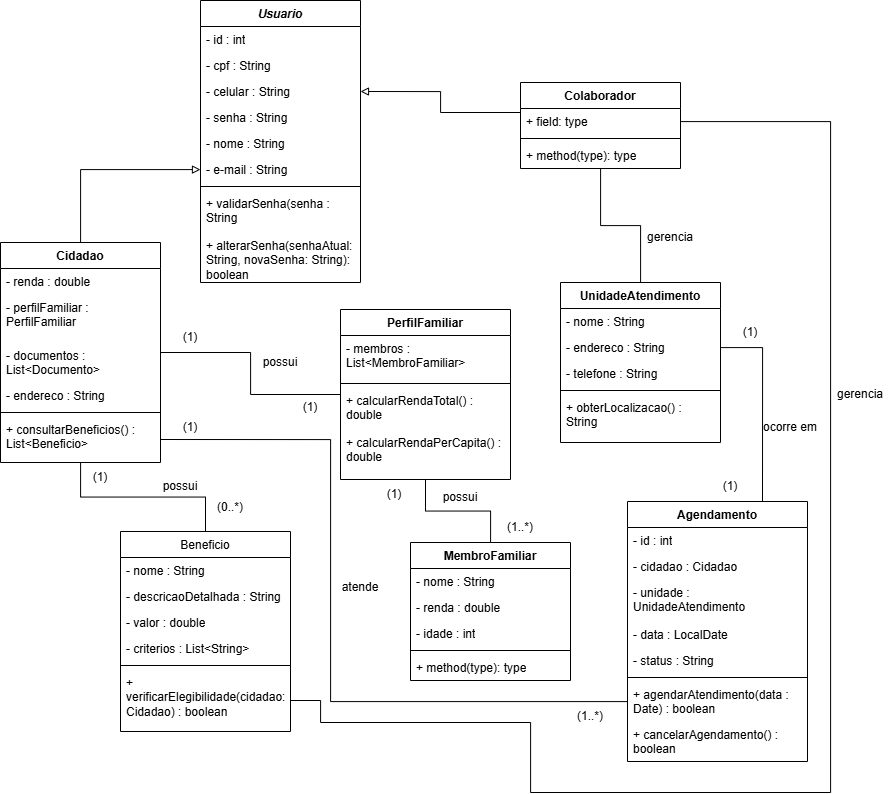
Before: docs/imagens/diagramas/diagrama_de_classes.png, a diagram exported from draw.io (ICEI-PUC-Minas-PMV-SI/pmv-si-2026-1-pe3-t2-guiacidadao). Source tidied: cells renumbered, new cells last; positions are measured from the earlier drawing's top-left corner, leaving out a move shared by most shapes.
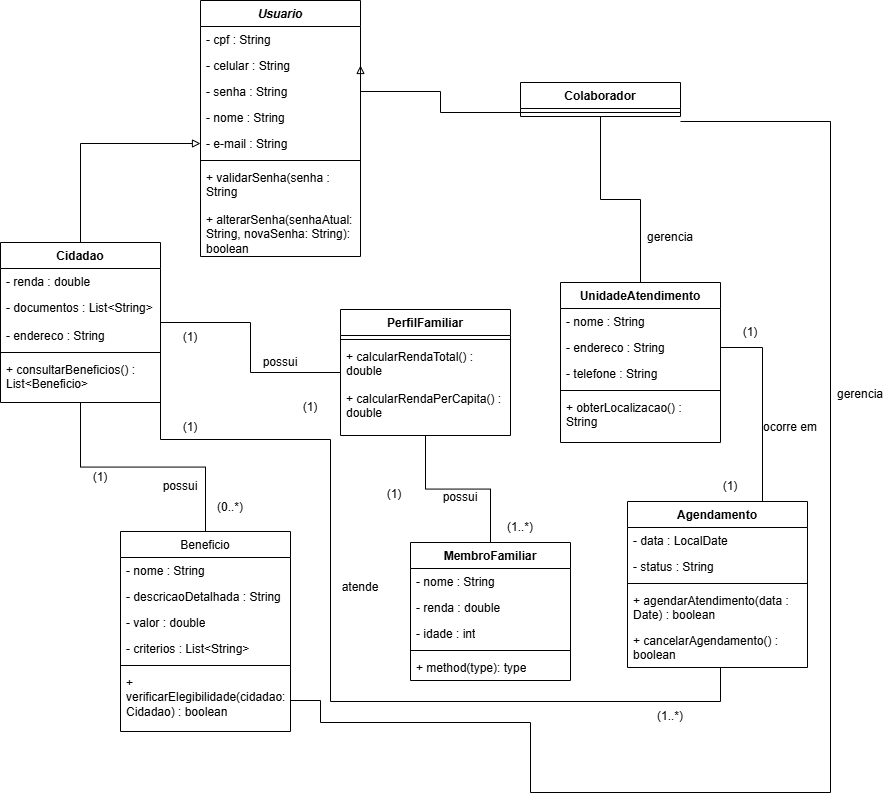
After the commit.

Commit message:
docs: atualizar diagrama de classes

Diff of the diagram source:
```diff
@@ -3,34 +3,31 @@
     <mxCell id="0" />
     <mxCell id="1" parent="0" />
     <mxCell id="2" value="&lt;i&gt;Usuario&lt;/i&gt;" style="swimlane;fontStyle=1;align=center;verticalAlign=top;horizontal=1;startSize=26;whiteSpace=wrap;html=1;" parent="1" vertex="1">
-      <mxGeometry x="200" width="160" height="282" as="geometry" />
+      <mxGeometry x="200" width="160" height="256" as="geometry" />
     </mxCell>
-    <mxCell id="3" value="- id : int" style="text;strokeColor=none;fillColor=none;align=left;verticalAlign=top;spacingLeft=4;spacingRight=4;overflow=hidden;whiteSpace=wrap;html=1;" parent="2" vertex="1">
-      <mxGeometry y="26" width="160" height="26" as="geometry" />
-    </mxCell>
     <mxCell id="4" value="- cpf : String" style="text;strokeColor=none;fillColor=none;align=left;verticalAlign=top;spacingLeft=4;spacingRight=4;overflow=hidden;whiteSpace=wrap;html=1;" parent="2" vertex="1">
-      <mxGeometry y="52" width="160" height="26" as="geometry" />
+      <mxGeometry y="26" width="160" height="26" as="geometry" />
     </mxCell>
     <mxCell id="5" value="- celular : String" style="text;strokeColor=none;fillColor=none;align=left;verticalAlign=top;spacingLeft=4;spacingRight=4;overflow=hidden;points=[[0,0.5],[1,0.5]];portConstraint=eastwest;whiteSpace=wrap;html=1;" parent="2" vertex="1">
-      <mxGeometry y="78" width="160" height="26" as="geometry" />
+      <mxGeometry y="52" width="160" height="26" as="geometry" />
     </mxCell>
     <mxCell id="6" value="- senha : String" style="text;strokeColor=none;fillColor=none;align=left;verticalAlign=top;spacingLeft=4;spacingRight=4;overflow=hidden;whiteSpace=wrap;html=1;" parent="2" vertex="1">
-      <mxGeometry y="104" width="160" height="26" as="geometry" />
+      <mxGeometry y="78" width="160" height="26" as="geometry" />
     </mxCell>
     <mxCell id="7" value="- nome : String" style="text;strokeColor=none;fillColor=none;align=left;verticalAlign=top;spacingLeft=4;spacingRight=4;overflow=hidden;whiteSpace=wrap;html=1;" parent="2" vertex="1">
-      <mxGeometry y="130" width="160" height="26" as="geometry" />
+      <mxGeometry y="104" width="160" height="26" as="geometry" />
     </mxCell>
     <mxCell id="8" value="- e-mail : String" style="text;strokeColor=none;fillColor=none;align=left;verticalAlign=top;spacingLeft=4;spacingRight=4;overflow=hidden;points=[[0,0.5],[1,0.5]];portConstraint=eastwest;whiteSpace=wrap;html=1;" parent="2" vertex="1">
-      <mxGeometry y="156" width="160" height="26" as="geometry" />
+      <mxGeometry y="130" width="160" height="26" as="geometry" />
     </mxCell>
     <mxCell id="9" style="line;strokeWidth=1;fillColor=none;align=left;verticalAlign=middle;spacingTop=-1;spacingLeft=3;spacingRight=3;labelPosition=right;strokeColor=inherit;" parent="2" vertex="1">
-      <mxGeometry y="182" width="160" height="8" as="geometry" />
+      <mxGeometry y="156" width="160" height="8" as="geometry" />
     </mxCell>
     <mxCell id="10" value="+ validarSenha(senha : String" style="text;strokeColor=none;fillColor=none;align=left;verticalAlign=top;spacingLeft=4;spacingRight=4;overflow=hidden;whiteSpace=wrap;html=1;" parent="2" vertex="1">
-      <mxGeometry y="190" width="160" height="42" as="geometry" />
+      <mxGeometry y="164" width="160" height="42" as="geometry" />
     </mxCell>
     <mxCell id="11" value="+ alterarSenha(senhaAtual: String, novaSenha: String): boolean" style="text;strokeColor=none;fillColor=none;align=left;verticalAlign=top;spacingLeft=4;spacingRight=4;overflow=hidden;whiteSpace=wrap;html=1;" parent="2" vertex="1">
-      <mxGeometry y="232" width="160" height="50" as="geometry" />
+      <mxGeometry y="206" width="160" height="50" as="geometry" />
     </mxCell>
     <mxCell id="12" style="edgeStyle=orthogonalEdgeStyle;rounded=0;jettySize=auto;html=1;endArrow=none;endFill=0;" parent="1" edge="1" source="15" target="28">
       <mxGeometry relative="1" as="geometry" />
@@ -42,25 +39,22 @@
       <mxGeometry relative="1" as="geometry" />
     </mxCell>
     <mxCell id="15" value="Cidadao" style="swimlane;fontStyle=1;align=center;verticalAlign=top;horizontal=1;startSize=26;whiteSpace=wrap;html=1;" parent="1" vertex="1">
-      <mxGeometry y="242" width="160" height="220" as="geometry" />
+      <mxGeometry y="242" width="160" height="160" as="geometry" />
     </mxCell>
     <mxCell id="16" value="- renda : double" style="text;strokeColor=none;fillColor=none;align=left;verticalAlign=top;spacingLeft=4;spacingRight=4;overflow=hidden;whiteSpace=wrap;html=1;" parent="15" vertex="1">
       <mxGeometry y="26" width="160" height="26" as="geometry" />
     </mxCell>
-    <mxCell id="17" value="- perfilFamiliar : PerfilFamiliar" style="text;strokeColor=none;fillColor=none;align=left;verticalAlign=top;spacingLeft=4;spacingRight=4;overflow=hidden;whiteSpace=wrap;html=1;" parent="15" vertex="1">
-      <mxGeometry y="52" width="160" height="48" as="geometry" />
-    </mxCell>
-    <mxCell id="18" value="- documentos : List&amp;lt;Documento&amp;gt;&lt;div&gt;&lt;br&gt;&lt;/div&gt;" style="text;strokeColor=none;fillColor=none;align=left;verticalAlign=top;spacingLeft=4;spacingRight=4;overflow=hidden;whiteSpace=wrap;html=1;" parent="15" vertex="1">
-      <mxGeometry y="100" width="160" height="40" as="geometry" />
+    <mxCell id="18" value="- documentos : List&amp;lt;String&amp;gt;&lt;div&gt;&lt;br&gt;&lt;/div&gt;" style="text;strokeColor=none;fillColor=none;align=left;verticalAlign=top;spacingLeft=4;spacingRight=4;overflow=hidden;whiteSpace=wrap;html=1;" parent="15" vertex="1">
+      <mxGeometry y="52" width="160" height="28" as="geometry" />
     </mxCell>
     <mxCell id="19" value="- endereco : String" style="text;strokeColor=none;fillColor=none;align=left;verticalAlign=top;spacingLeft=4;spacingRight=4;overflow=hidden;whiteSpace=wrap;html=1;" parent="15" vertex="1">
-      <mxGeometry y="140" width="160" height="26" as="geometry" />
+      <mxGeometry y="80" width="160" height="26" as="geometry" />
     </mxCell>
     <mxCell id="20" style="line;strokeWidth=1;fillColor=none;align=left;verticalAlign=middle;spacingTop=-1;spacingLeft=3;spacingRight=3;labelPosition=right;strokeColor=inherit;" parent="15" vertex="1">
-      <mxGeometry y="166" width="160" height="8" as="geometry" />
+      <mxGeometry y="106" width="160" height="8" as="geometry" />
     </mxCell>
     <mxCell id="21" value="+ consultarBeneficios() : List&amp;lt;Beneficio&amp;gt;" style="text;strokeColor=none;fillColor=none;align=left;verticalAlign=top;spacingLeft=4;spacingRight=4;overflow=hidden;points=[[0,0.5],[1,0.5]];portConstraint=eastwest;whiteSpace=wrap;html=1;" parent="15" vertex="1">
-      <mxGeometry y="174" width="160" height="46" as="geometry" />
+      <mxGeometry y="114" width="160" height="46" as="geometry" />
     </mxCell>
     <mxCell id="22" style="edgeStyle=orthogonalEdgeStyle;rounded=0;jettySize=auto;html=1;entryX=1;entryY=0.5;entryDx=0;entryDy=0;startArrow=none;startFill=0;endArrow=block;endFill=0;" parent="1" edge="1" source="23" target="5">
       <mxGeometry relative="1" as="geometry">
@@ -71,34 +65,25 @@
       </mxGeometry>
     </mxCell>
     <mxCell id="23" value="Colaborador" style="swimlane;fontStyle=1;align=center;verticalAlign=top;horizontal=1;startSize=26;whiteSpace=wrap;html=1;" parent="1" vertex="1">
-      <mxGeometry x="520" y="82" width="160" height="86" as="geometry" />
+      <mxGeometry x="520" y="82" width="160" height="34" as="geometry" />
     </mxCell>
-    <mxCell id="24" value="+ field: type" style="text;strokeColor=none;fillColor=none;align=left;verticalAlign=top;spacingLeft=4;spacingRight=4;overflow=hidden;points=[[0,0.5],[1,0.5]];portConstraint=eastwest;whiteSpace=wrap;html=1;" parent="23" vertex="1">
-      <mxGeometry y="26" width="160" height="26" as="geometry" />
-    </mxCell>
     <mxCell id="25" style="line;strokeWidth=1;fillColor=none;align=left;verticalAlign=middle;spacingTop=-1;spacingLeft=3;spacingRight=3;labelPosition=right;strokeColor=inherit;" parent="23" vertex="1">
-      <mxGeometry y="52" width="160" height="8" as="geometry" />
+      <mxGeometry y="26" width="160" height="8" as="geometry" />
     </mxCell>
-    <mxCell id="26" value="+ method(type): type" style="text;strokeColor=none;fillColor=none;align=left;verticalAlign=top;spacingLeft=4;spacingRight=4;overflow=hidden;whiteSpace=wrap;html=1;" parent="23" vertex="1">
-      <mxGeometry y="60" width="160" height="26" as="geometry" />
-    </mxCell>
     <mxCell id="27" style="edgeStyle=orthogonalEdgeStyle;rounded=0;jettySize=auto;html=1;endArrow=none;endFill=0;" parent="1" edge="1" source="28" target="33">
       <mxGeometry relative="1" as="geometry" />
     </mxCell>
     <mxCell id="28" value="PerfilFamiliar" style="swimlane;fontStyle=1;align=center;verticalAlign=top;horizontal=1;startSize=26;whiteSpace=wrap;html=1;" parent="1" vertex="1">
-      <mxGeometry x="340" y="309" width="170" height="170" as="geometry" />
+      <mxGeometry x="340" y="309" width="170" height="126" as="geometry" />
     </mxCell>
-    <mxCell id="29" value="- membros : List&amp;lt;MembroFamiliar&amp;gt;" style="text;strokeColor=none;fillColor=none;align=left;verticalAlign=top;spacingLeft=4;spacingRight=4;overflow=hidden;whiteSpace=wrap;html=1;" parent="28" vertex="1">
-      <mxGeometry y="26" width="170" height="44" as="geometry" />
-    </mxCell>
     <mxCell id="30" style="line;strokeWidth=1;fillColor=none;align=left;verticalAlign=middle;spacingTop=-1;spacingLeft=3;spacingRight=3;labelPosition=right;strokeColor=inherit;" parent="28" vertex="1">
-      <mxGeometry y="70" width="170" height="8" as="geometry" />
+      <mxGeometry y="26" width="170" height="8" as="geometry" />
     </mxCell>
     <mxCell id="31" value="+ calcularRendaTotal() : double" style="text;strokeColor=none;fillColor=none;align=left;verticalAlign=top;spacingLeft=4;spacingRight=4;overflow=hidden;whiteSpace=wrap;html=1;" parent="28" vertex="1">
-      <mxGeometry y="78" width="170" height="42" as="geometry" />
+      <mxGeometry y="34" width="170" height="42" as="geometry" />
     </mxCell>
     <mxCell id="32" value="+ calcularRendaPerCapita() : double" style="text;strokeColor=none;fillColor=none;align=left;verticalAlign=top;spacingLeft=4;spacingRight=4;overflow=hidden;whiteSpace=wrap;html=1;" parent="28" vertex="1">
-      <mxGeometry y="120" width="170" height="50" as="geometry" />
+      <mxGeometry y="76" width="170" height="50" as="geometry" />
     </mxCell>
     <mxCell id="33" value="MembroFamiliar" style="swimlane;fontStyle=1;align=center;verticalAlign=top;horizontal=1;startSize=26;whiteSpace=wrap;html=1;" parent="1" vertex="1">
       <mxGeometry x="410" y="542" width="160" height="138" as="geometry" />
@@ -158,31 +143,22 @@
       <mxGeometry y="112" width="160" height="48" as="geometry" />
     </mxCell>
     <mxCell id="52" value="Agendamento" style="swimlane;fontStyle=1;align=center;verticalAlign=top;horizontal=1;startSize=26;whiteSpace=wrap;html=1;" parent="1" vertex="1">
-      <mxGeometry x="627" y="501" width="180" height="260" as="geometry" />
+      <mxGeometry x="627" y="501" width="180" height="166" as="geometry" />
     </mxCell>
-    <mxCell id="53" value="- id : int" style="text;strokeColor=none;fillColor=none;align=left;verticalAlign=top;spacingLeft=4;spacingRight=4;overflow=hidden;whiteSpace=wrap;html=1;" parent="52" vertex="1">
-      <mxGeometry y="26" width="180" height="26" as="geometry" />
-    </mxCell>
-    <mxCell id="54" value="- cidadao : Cidadao" style="text;strokeColor=none;fillColor=none;align=left;verticalAlign=top;spacingLeft=4;spacingRight=4;overflow=hidden;whiteSpace=wrap;html=1;" parent="52" vertex="1">
-      <mxGeometry y="52" width="180" height="26" as="geometry" />
-    </mxCell>
-    <mxCell id="55" value="- unidade : UnidadeAtendimento" style="text;strokeColor=none;fillColor=none;align=left;verticalAlign=top;spacingLeft=4;spacingRight=4;overflow=hidden;whiteSpace=wrap;html=1;" parent="52" vertex="1">
-      <mxGeometry y="78" width="180" height="42" as="geometry" />
-    </mxCell>
     <mxCell id="56" value="- data : LocalDate" style="text;strokeColor=none;fillColor=none;align=left;verticalAlign=top;spacingLeft=4;spacingRight=4;overflow=hidden;whiteSpace=wrap;html=1;" parent="52" vertex="1">
-      <mxGeometry y="120" width="180" height="26" as="geometry" />
+      <mxGeometry y="26" width="180" height="26" as="geometry" />
     </mxCell>
     <mxCell id="57" value="- status : String" style="text;strokeColor=none;fillColor=none;align=left;verticalAlign=top;spacingLeft=4;spacingRight=4;overflow=hidden;whiteSpace=wrap;html=1;" parent="52" vertex="1">
-      <mxGeometry y="146" width="180" height="26" as="geometry" />
+      <mxGeometry y="52" width="180" height="26" as="geometry" />
     </mxCell>
     <mxCell id="58" style="line;strokeWidth=1;fillColor=none;align=left;verticalAlign=middle;spacingTop=-1;spacingLeft=3;spacingRight=3;labelPosition=right;strokeColor=inherit;" parent="52" vertex="1">
-      <mxGeometry y="172" width="180" height="8" as="geometry" />
+      <mxGeometry y="78" width="180" height="8" as="geometry" />
     </mxCell>
     <mxCell id="59" value="+ agendarAtendimento(data : Date) : boolean" style="text;strokeColor=none;fillColor=none;align=left;verticalAlign=top;spacingLeft=4;spacingRight=4;overflow=hidden;whiteSpace=wrap;html=1;" parent="52" vertex="1">
-      <mxGeometry y="180" width="180" height="40" as="geometry" />
+      <mxGeometry y="86" width="180" height="40" as="geometry" />
     </mxCell>
     <mxCell id="60" value="+ cancelarAgendamento() : boolean" style="text;strokeColor=none;fillColor=none;align=left;verticalAlign=top;spacingLeft=4;spacingRight=4;overflow=hidden;points=[[0,0.5],[1,0.5]];portConstraint=eastwest;whiteSpace=wrap;html=1;" parent="52" vertex="1">
-      <mxGeometry y="220" width="180" height="40" as="geometry" />
+      <mxGeometry y="126" width="180" height="40" as="geometry" />
     </mxCell>
     <mxCell id="61" style="edgeStyle=orthogonalEdgeStyle;rounded=0;jettySize=auto;html=1;endArrow=none;endFill=0;" parent="1" edge="1" source="23" target="46">
       <mxGeometry relative="1" as="geometry" />
@@ -221,7 +197,7 @@
       <mxGeometry x="330" y="572" width="60" height="30" as="geometry" />
     </mxCell>
     <mxCell id="73" value="(1..*)" style="text;html=1;whiteSpace=wrap;strokeColor=none;fillColor=none;align=center;verticalAlign=middle;rounded=0;" parent="1" vertex="1">
-      <mxGeometry x="560" y="701" width="60" height="30" as="geometry" />
+      <mxGeometry x="640" y="701" width="60" height="30" as="geometry" />
     </mxCell>
     <mxCell id="74" value="(1)" style="text;html=1;whiteSpace=wrap;strokeColor=none;fillColor=none;align=center;verticalAlign=middle;rounded=0;" parent="1" vertex="1">
       <mxGeometry x="160" y="412" width="60" height="30" as="geometry" />
@@ -235,19 +211,21 @@
     <mxCell id="77" value="(1)" style="text;html=1;whiteSpace=wrap;strokeColor=none;fillColor=none;align=center;verticalAlign=middle;rounded=0;" parent="1" vertex="1">
       <mxGeometry x="70" y="462" width="60" height="30" as="geometry" />
     </mxCell>
-    <mxCell id="78" style="edgeStyle=orthogonalEdgeStyle;rounded=0;jettySize=auto;html=1;entryX=0;entryY=0.5;entryDx=0;entryDy=0;exitX=1;exitY=0.5;exitDx=0;exitDy=0;endArrow=none;endFill=0;" parent="1" edge="1" source="21" target="60">
+    <mxCell id="78" style="edgeStyle=orthogonalEdgeStyle;rounded=0;jettySize=auto;html=1;exitX=1;exitY=0.5;exitDx=0;exitDy=0;endArrow=none;endFill=0;" parent="1" edge="1" source="21" target="52">
       <mxGeometry relative="1" as="geometry">
         <Array as="points">
           <mxPoint x="330" y="439" />
           <mxPoint x="330" y="701" />
+          <mxPoint x="720" y="701" />
         </Array>
       </mxGeometry>
     </mxCell>
     <mxCell id="79" value="gerencia" style="text;html=1;whiteSpace=wrap;strokeColor=none;fillColor=none;align=center;verticalAlign=middle;rounded=0;" parent="1" vertex="1">
       <mxGeometry x="640" y="222" width="60" height="30" as="geometry" />
     </mxCell>
-    <mxCell id="80" style="edgeStyle=orthogonalEdgeStyle;rounded=0;jettySize=auto;html=1;entryX=1;entryY=0.5;entryDx=0;entryDy=0;endArrow=none;endFill=0;" parent="1" edge="1" source="24" target="45">
+    <mxCell id="80" style="edgeStyle=orthogonalEdgeStyle;rounded=0;jettySize=auto;html=1;entryX=1;entryY=0.5;entryDx=0;entryDy=0;endArrow=none;endFill=0;" parent="1" edge="1" target="45">
       <mxGeometry relative="1" as="geometry">
+        <mxPoint x="680" y="121" as="sourcePoint" />
         <Array as="points">
           <mxPoint x="830" y="121" />
           <mxPoint x="830" y="792" />
```
